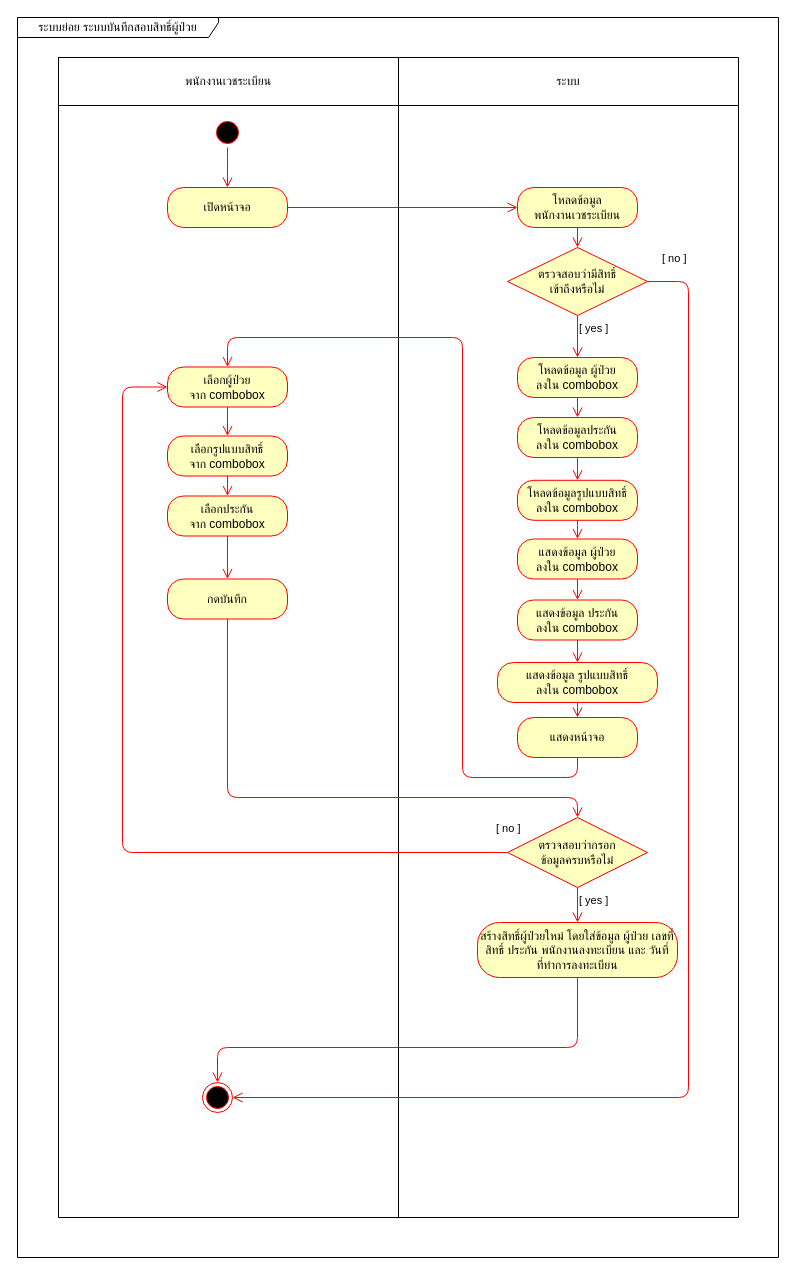
Above: page "System Activity Diagram" (3 of 3) of draw_io/b6103866.drawio in sut63/team10 (draw.io), before the change. Source tidied: cells renumbered, new cells numbered last; positions are measured from the earlier drawing's top-left corner, leaving out a move shared by most shapes. Both pictures are drawn from the tidied source at 100%, with x=0, y=0 at pixel (17, 17).
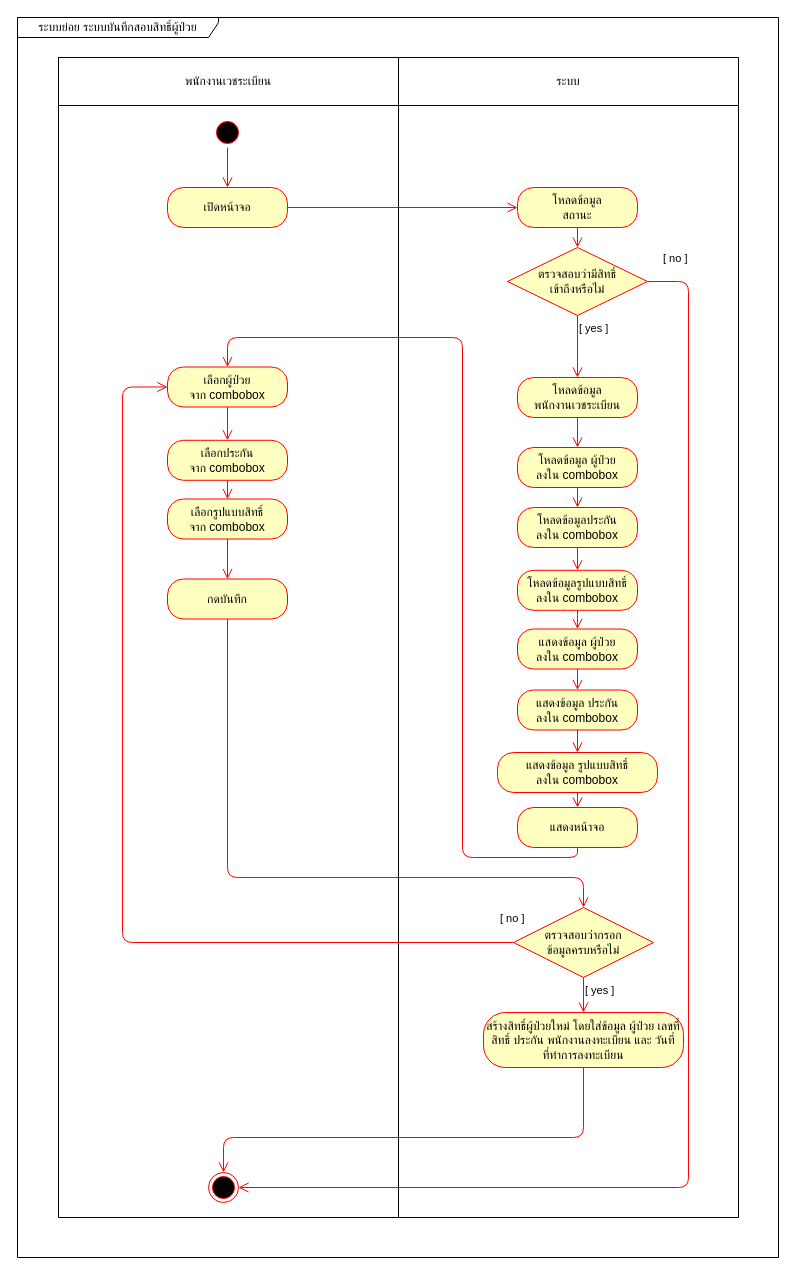
The same diagram, later.

The change refers to these unchanged cells:
```xml
<mxCell id="20" value="กดบันทึก" style="rounded=1;whiteSpace=wrap;html=1;arcSize=40;fontColor=#000000;fillColor=#ffffc0;strokeColor=#ff0000;" parent="1" vertex="1">
  <mxGeometry x="150" y="561.5" width="120" height="40" as="geometry" />
</mxCell>
<mxCell id="22" value="เลือกผู้ป่วย&lt;br&gt;จาก combobox" style="rounded=1;whiteSpace=wrap;html=1;arcSize=40;fontColor=#000000;fillColor=#ffffc0;strokeColor=#ff0000;" parent="1" vertex="1">
  <mxGeometry x="150" y="349.5" width="120" height="40" as="geometry" />
</mxCell>
<mxCell id="42" value="ตรวจสอบว่ามีสิทธิ์&lt;br&gt;เข้าถึงหรือไม่" style="rhombus;whiteSpace=wrap;html=1;fillColor=#ffffc0;strokeColor=#ff0000;" parent="1" vertex="1">
  <mxGeometry x="490" y="230" width="140" height="68" as="geometry" />
</mxCell>
```

Diff of the diagram source:
```diff
@@
     <mxCell id="12" value="โหลดข้อมูล ผู้ป่วย&lt;br&gt;ลงใน combobox" style="rounded=1;whiteSpace=wrap;html=1;arcSize=40;fontColor=#000000;fillColor=#ffffc0;strokeColor=#ff0000;" parent="1" vertex="1">
-      <mxGeometry x="500" y="340" width="120" height="40" as="geometry" />
+      <mxGeometry x="500" y="430" width="120" height="40" as="geometry" />
     </mxCell>
@@
     <mxCell id="14" value="โหลดข้อมูลประกัน&lt;br&gt;ลงใน combobox" style="rounded=1;whiteSpace=wrap;html=1;arcSize=40;fontColor=#000000;fillColor=#ffffc0;strokeColor=#ff0000;" parent="1" vertex="1">
-      <mxGeometry x="500" y="400" width="120" height="40" as="geometry" />
+      <mxGeometry x="500" y="490" width="120" height="40" as="geometry" />
     </mxCell>
@@
     <mxCell id="16" value="แสดงหน้าจอ" style="rounded=1;whiteSpace=wrap;html=1;arcSize=40;fontColor=#000000;fillColor=#ffffc0;strokeColor=#ff0000;" parent="1" vertex="1">
-      <mxGeometry x="500" y="700" width="120" height="40" as="geometry" />
+      <mxGeometry x="500" y="790" width="120" height="40" as="geometry" />
     </mxCell>
     <mxCell id="17" style="ellipse;html=1;shape=endState;fillColor=#000000;strokeColor=#ff0000;" parent="1" vertex="1">
-      <mxGeometry x="185" y="1065" width="30" height="30" as="geometry" />
+      <mxGeometry x="191" y="1155" width="30" height="30" as="geometry" />
     </mxCell>
@@
-    <mxCell id="21" style="edgeStyle=orthogonalEdgeStyle;html=1;verticalAlign=bottom;endArrow=open;endSize=8;strokeColor=#ff0000;exitX=0.5;exitY=1;exitDx=0;exitDy=0;entryX=0.5;entryY=0;entryDx=0;entryDy=0;" parent="1" edge="1" source="26" target="20">
+    <mxCell id="21" style="edgeStyle=orthogonalEdgeStyle;html=1;verticalAlign=bottom;endArrow=open;endSize=8;strokeColor=#ff0000;exitX=0.5;exitY=1;exitDx=0;exitDy=0;entryX=0.5;entryY=0;entryDx=0;entryDy=0;" parent="1" edge="1" source="26" target="24">
       <mxGeometry relative="1" as="geometry" />
     </mxCell>
@@
-    <mxCell id="23" style="edgeStyle=orthogonalEdgeStyle;html=1;verticalAlign=bottom;endArrow=open;endSize=8;strokeColor=#ff0000;" parent="1" edge="1" source="22" target="24">
+    <mxCell id="23" style="edgeStyle=orthogonalEdgeStyle;html=1;verticalAlign=bottom;endArrow=open;endSize=8;strokeColor=#ff0000;" parent="1" edge="1" source="22" target="26">
       <mxGeometry relative="1" as="geometry" />
     </mxCell>
     <mxCell id="24" value="เลือกรูปแบบสิทธิ์&lt;br&gt;จาก combobox" style="rounded=1;whiteSpace=wrap;html=1;arcSize=40;fontColor=#000000;fillColor=#ffffc0;strokeColor=#ff0000;" parent="1" vertex="1">
-      <mxGeometry x="150" y="418.5" width="120" height="40" as="geometry" />
+      <mxGeometry x="150" y="481.5" width="120" height="40" as="geometry" />
     </mxCell>
-    <mxCell id="25" style="edgeStyle=orthogonalEdgeStyle;html=1;verticalAlign=bottom;endArrow=open;endSize=8;strokeColor=#ff0000;entryX=0.5;entryY=0;entryDx=0;entryDy=0;" parent="1" edge="1" source="24" target="26">
+    <mxCell id="25" style="edgeStyle=orthogonalEdgeStyle;html=1;verticalAlign=bottom;endArrow=open;endSize=8;strokeColor=#ff0000;entryX=0.5;entryY=0;entryDx=0;entryDy=0;exitX=0.5;exitY=1;exitDx=0;exitDy=0;" parent="1" edge="1" source="24" target="20">
       <mxGeometry relative="1" as="geometry" />
     </mxCell>
     <mxCell id="26" value="&lt;span&gt;เลือกประกัน&lt;/span&gt;&lt;br&gt;&lt;span&gt;จาก combobox&lt;/span&gt;" style="rounded=1;whiteSpace=wrap;html=1;arcSize=40;fontColor=#000000;fillColor=#ffffc0;strokeColor=#ff0000;" parent="1" vertex="1">
-      <mxGeometry x="150" y="478.5" width="120" height="40" as="geometry" />
+      <mxGeometry x="150" y="422.8" width="120" height="40" as="geometry" />
     </mxCell>
     <mxCell id="27" style="edgeStyle=orthogonalEdgeStyle;html=1;verticalAlign=bottom;endArrow=open;endSize=8;strokeColor=#ff0000;entryX=0.5;entryY=0;entryDx=0;entryDy=0;exitX=0.5;exitY=1;exitDx=0;exitDy=0;" parent="1" edge="1" source="20" target="39">
       <mxGeometry relative="1" as="geometry">
         <Array as="points">
-          <mxPoint x="210" y="780" />
-          <mxPoint x="560" y="780" />
+          <mxPoint x="210" y="860" />
+          <mxPoint x="566" y="860" />
         </Array>
       </mxGeometry>
     </mxCell>
     <mxCell id="28" style="edgeStyle=orthogonalEdgeStyle;html=1;verticalAlign=bottom;endArrow=open;endSize=8;strokeColor=#ff0000;entryX=0.5;entryY=0;entryDx=0;entryDy=0;exitX=0.5;exitY=1;exitDx=0;exitDy=0;" parent="1" edge="1" source="38" target="17">
       <mxGeometry relative="1" as="geometry">
         <Array as="points">
-          <mxPoint x="560" y="1030" />
-          <mxPoint x="200" y="1030" />
+          <mxPoint x="566" y="1120" />
+          <mxPoint x="206" y="1120" />
         </Array>
       </mxGeometry>
     </mxCell>
     <mxCell id="29" style="edgeStyle=orthogonalEdgeStyle;html=1;verticalAlign=bottom;endArrow=open;endSize=8;strokeColor=#ff0000;exitX=0.5;exitY=1;exitDx=0;exitDy=0;entryX=0.5;entryY=0;entryDx=0;entryDy=0;" parent="1" edge="1" source="16" target="22">
       <mxGeometry relative="1" as="geometry">
         <Array as="points">
-          <mxPoint x="560" y="760" />
-          <mxPoint x="445" y="760" />
+          <mxPoint x="560" y="840" />
+          <mxPoint x="445" y="840" />
           <mxPoint x="445" y="320" />
           <mxPoint x="210" y="320" />
         </Array>
       </mxGeometry>
     </mxCell>
     <mxCell id="30" value="โหลดข้อมูลรูปแบบสิทธิ์&lt;br&gt;ลงใน combobox" style="rounded=1;whiteSpace=wrap;html=1;arcSize=40;fontColor=#000000;fillColor=#ffffc0;strokeColor=#ff0000;" parent="1" vertex="1">
-      <mxGeometry x="500" y="462.8" width="120" height="40" as="geometry" />
+      <mxGeometry x="500" y="552.8" width="120" height="40" as="geometry" />
     </mxCell>
@@
     <mxCell id="32" value="แสดงข้อมูล ผู้ป่วย&lt;br&gt;ลงใน combobox" style="rounded=1;whiteSpace=wrap;html=1;arcSize=40;fontColor=#000000;fillColor=#ffffc0;strokeColor=#ff0000;" parent="1" vertex="1">
-      <mxGeometry x="500" y="521.5" width="120" height="40" as="geometry" />
+      <mxGeometry x="500" y="611.5" width="120" height="40" as="geometry" />
     </mxCell>
@@
     <mxCell id="34" value="แสดงข้อมูล ประกัน&lt;br&gt;ลงใน combobox" style="rounded=1;whiteSpace=wrap;html=1;arcSize=40;fontColor=#000000;fillColor=#ffffc0;strokeColor=#ff0000;" parent="1" vertex="1">
-      <mxGeometry x="500" y="582.5" width="120" height="40" as="geometry" />
+      <mxGeometry x="500" y="672.5" width="120" height="40" as="geometry" />
     </mxCell>
@@
     <mxCell id="36" value="แสดงข้อมูล รูปแบบสิทธิ์ &lt;br&gt;ลงใน combobox" style="rounded=1;whiteSpace=wrap;html=1;arcSize=40;fontColor=#000000;fillColor=#ffffc0;strokeColor=#ff0000;" parent="1" vertex="1">
-      <mxGeometry x="480" y="645" width="160" height="40" as="geometry" />
+      <mxGeometry x="480" y="735" width="160" height="40" as="geometry" />
     </mxCell>
@@
     <mxCell id="38" value="สร้างสิทธิ์ผู้ป่วยใหม่ โดยใส่ข้อมูล ผู้ป่วย เลขที่สิทธิ์ ประกัน พนักงานลงทะเบียน และ วันที่ที่ทำการลงทะเบียน" style="rounded=1;whiteSpace=wrap;html=1;arcSize=40;fontColor=#000000;fillColor=#ffffc0;strokeColor=#ff0000;" parent="1" vertex="1">
-      <mxGeometry x="460" y="905" width="200" height="55" as="geometry" />
+      <mxGeometry x="466" y="995" width="200" height="55" as="geometry" />
     </mxCell>
     <mxCell id="39" value="ตรวจสอบว่ากรอก&lt;br&gt;ข้อมูลครบหรือไม่" style="rhombus;whiteSpace=wrap;html=1;fillColor=#ffffc0;strokeColor=#ff0000;" parent="1" vertex="1">
-      <mxGeometry x="490" y="800" width="140" height="70" as="geometry" />
+      <mxGeometry x="496" y="890" width="140" height="70" as="geometry" />
     </mxCell>
     <mxCell id="40" value="[ no ]" style="edgeStyle=orthogonalEdgeStyle;html=1;align=left;verticalAlign=bottom;endArrow=open;endSize=8;strokeColor=#ff0000;entryX=0;entryY=0.5;entryDx=0;entryDy=0;exitX=0;exitY=0.5;exitDx=0;exitDy=0;" parent="1" edge="1" source="39" target="22">
       <mxGeometry x="-0.97" y="-15" relative="1" as="geometry">
         <Array as="points">
-          <mxPoint x="105" y="835" />
+          <mxPoint x="105" y="925" />
           <mxPoint x="105" y="370" />
         </Array>
       </mxGeometry>
     </mxCell>
@@
-    <mxCell id="43" value="[ yes ]" style="edgeStyle=orthogonalEdgeStyle;html=1;align=left;verticalAlign=top;endArrow=open;endSize=8;strokeColor=#ff0000;entryX=0.5;entryY=0;entryDx=0;entryDy=0;" parent="1" edge="1" source="42" target="12">
-      <mxGeometry x="-1" relative="1" as="geometry" />
+    <mxCell id="43" style="edgeStyle=orthogonalEdgeStyle;html=1;align=left;verticalAlign=top;endArrow=open;endSize=8;strokeColor=#ff0000;entryX=0.5;entryY=0;entryDx=0;entryDy=0;" parent="1" edge="1" source="47" target="12">
+      <mxGeometry x="-0.33" y="11" relative="1" as="geometry" />
     </mxCell>
     <mxCell id="44" value="[ no ]" style="edgeStyle=orthogonalEdgeStyle;html=1;align=left;verticalAlign=bottom;endArrow=open;endSize=8;strokeColor=#ff0000;entryX=1;entryY=0.5;entryDx=0;entryDy=0;exitX=1;exitY=0.5;exitDx=0;exitDy=0;" parent="1" edge="1" source="42" target="17">
       <mxGeometry x="-0.98" y="14" relative="1" as="geometry">
         <Array as="points">
           <mxPoint x="671" y="264" />
-          <mxPoint x="671" y="1080" />
+          <mxPoint x="671" y="1170" />
         </Array>
       </mxGeometry>
     </mxCell>
-    <mxCell id="45" value="โหลดข้อมูล&lt;br&gt;&lt;span&gt;พนักงานเวชระเบียน&lt;/span&gt;" style="rounded=1;whiteSpace=wrap;html=1;arcSize=40;fontColor=#000000;fillColor=#ffffc0;strokeColor=#ff0000;" parent="1" vertex="1">
+    <mxCell id="45" value="โหลดข้อมูล&lt;br&gt;สถานะ" style="rounded=1;whiteSpace=wrap;html=1;arcSize=40;fontColor=#000000;fillColor=#ffffc0;strokeColor=#ff0000;" parent="1" vertex="1">
       <mxGeometry x="500" y="170" width="120" height="40" as="geometry" />
     </mxCell>
@@
+    <mxCell id="47" value="โหลดข้อมูล&lt;br&gt;&lt;span&gt;พนักงานเวชระเบียน&lt;/span&gt;" style="rounded=1;whiteSpace=wrap;html=1;arcSize=40;fontColor=#000000;fillColor=#ffffc0;strokeColor=#ff0000;" parent="1" vertex="1">
+      <mxGeometry x="500" y="360" width="120" height="40" as="geometry" />
+    </mxCell>
+    <mxCell id="48" value="[ yes ]" style="edgeStyle=orthogonalEdgeStyle;html=1;align=left;verticalAlign=top;endArrow=open;endSize=8;strokeColor=#ff0000;entryX=0.5;entryY=0;entryDx=0;entryDy=0;" parent="1" edge="1" source="42" target="47">
+      <mxGeometry x="-1" relative="1" as="geometry" />
+    </mxCell>
```
